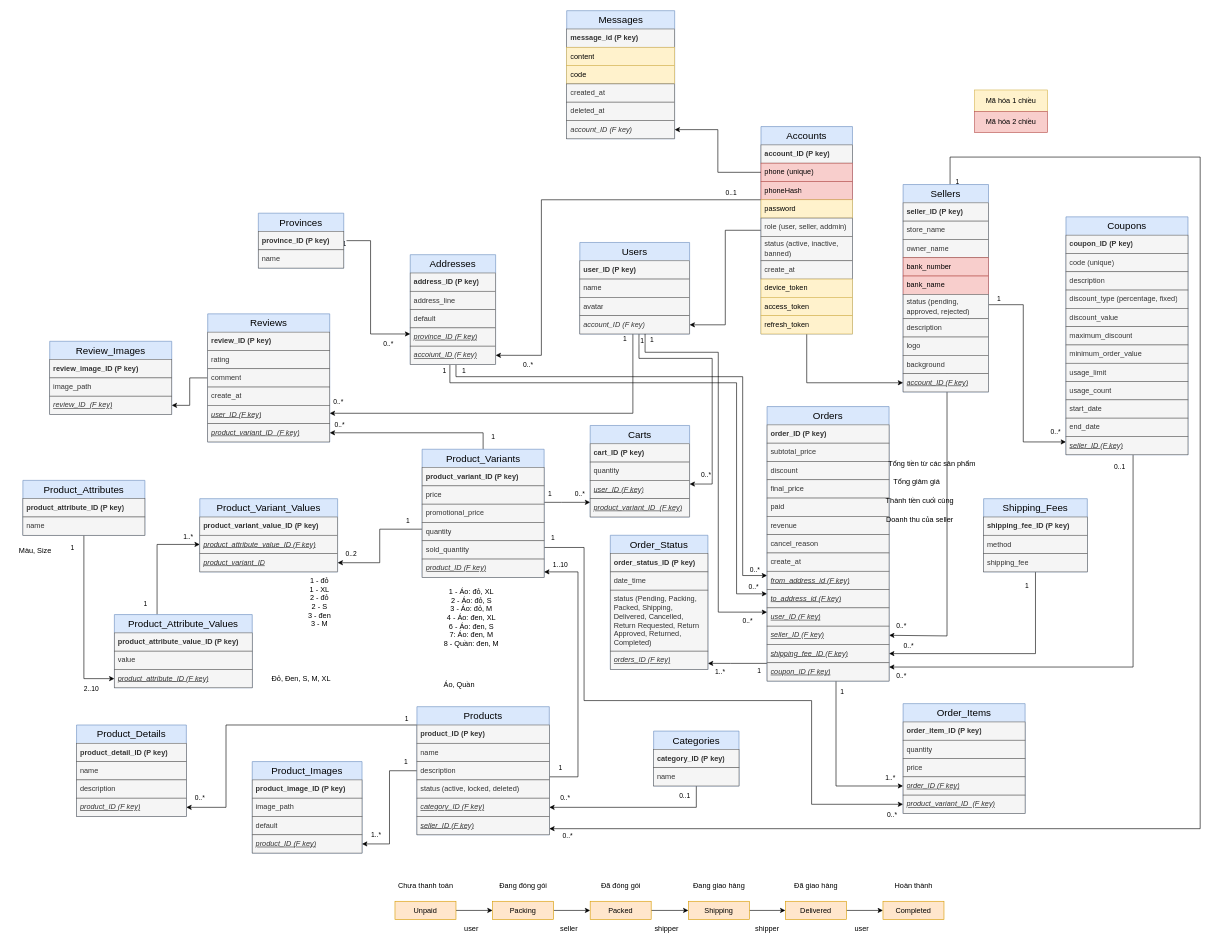
Before: $document/database.drawio in thanhba0505/shoplands, a draw.io diagram. Source tidied: cells renumbered, new cells numbered last; positions are measured from the earlier drawing's top-left corner, leaving out a move shared by most shapes. Both pictures are drawn from the tidied source at 61%, with x=0, y=0 at pixel (10, 10).
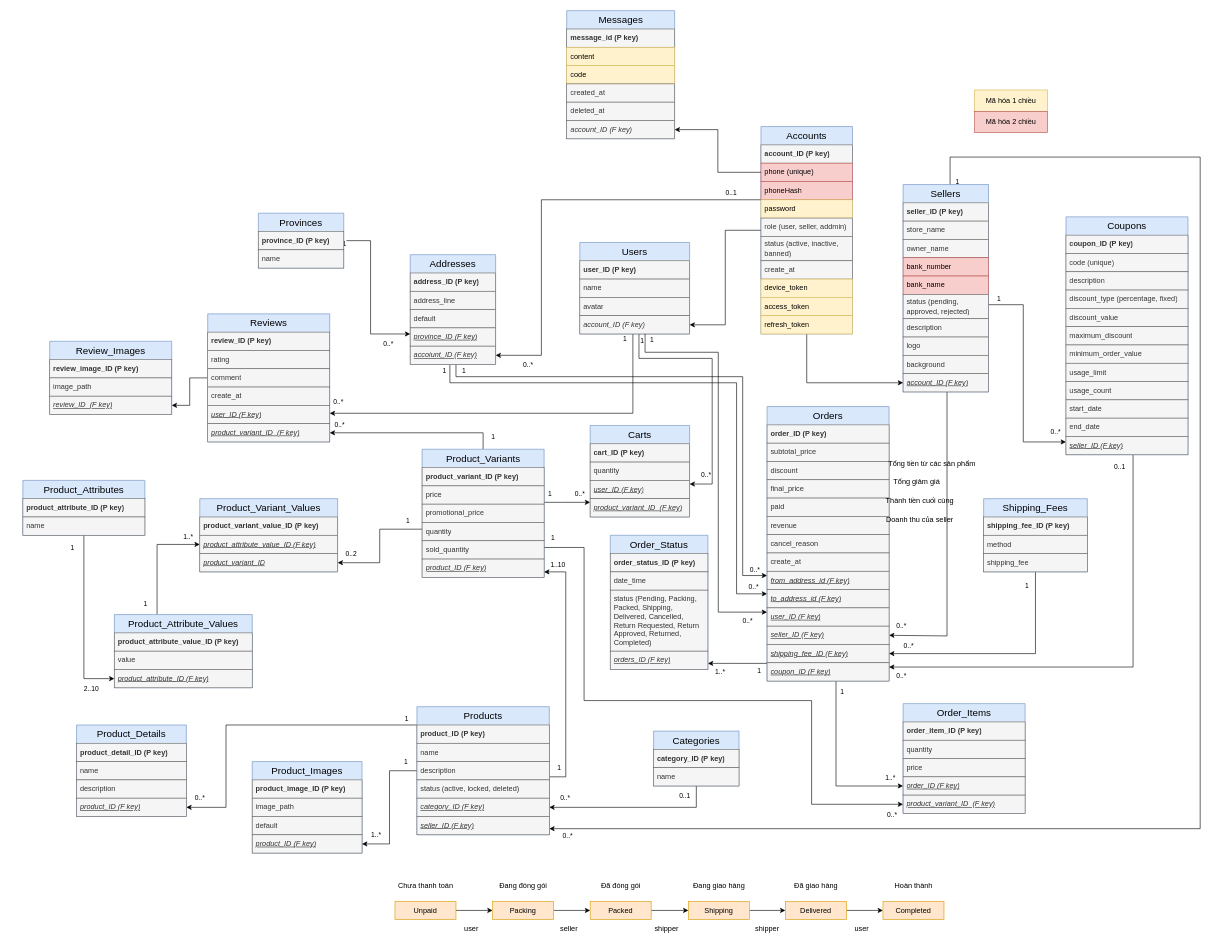
Above is the later version.

Unchanged cells that the change refers to:
```xml
<mxCell id="78" value="&lt;span style=&quot;&quot;&gt;product_ID&amp;nbsp;&lt;/span&gt;(F key)" style="text;strokeColor=#666666;fillColor=#f5f5f5;align=left;verticalAlign=middle;spacingLeft=4;spacingRight=4;overflow=hidden;points=[[0,0.5],[1,0.5]];portConstraint=eastwest;whiteSpace=wrap;html=1;fontColor=#333333;fontStyle=6;swimlaneLine=0;" parent="72" vertex="1">
  <mxGeometry y="180" width="200" height="30" as="geometry" />
</mxCell>
<mxCell id="165" value="Products" style="swimlane;fontStyle=0;horizontal=1;startSize=30;whiteSpace=wrap;html=1;fillColor=#dae8fc;strokeColor=#6c8ebf;fontSize=16;swimlaneLine=0;" parent="1" vertex="1">
  <mxGeometry x="666" y="1141" width="217" height="210" as="geometry" />
</mxCell>
```

Diff of the diagram source:
```diff
@@
     <mxCell id="156" style="edgeStyle=orthogonalEdgeStyle;rounded=0;jettySize=auto;html=1;fontFamily=Helvetica;fontSize=12;fontColor=default;fontStyle=0;swimlaneLine=0;" parent="1" edge="1" source="165" target="78">
       <mxGeometry relative="1" as="geometry">
         <Array as="points">
-          <mxPoint x="930" y="1256" />
-          <mxPoint x="930" y="920" />
+          <mxPoint x="910" y="1256" />
+          <mxPoint x="910" y="920" />
         </Array>
       </mxGeometry>
     </mxCell>
@@
-    <mxCell id="204" value="Màu, Size" style="text;html=1;align=center;verticalAlign=middle;strokeColor=none;fillColor=none;" parent="1" vertex="1">
-      <mxGeometry y="871" width="80" height="30" as="geometry" />
-    </mxCell>
-    <mxCell id="205" value="Đỏ, Đen, S, M, XL" style="text;html=1;align=center;verticalAlign=middle;strokeColor=none;fillColor=none;" parent="1" vertex="1">
-      <mxGeometry x="416" y="1080" width="120" height="30" as="geometry" />
-    </mxCell>
-    <mxCell id="206" value="Áo, Quần" style="text;html=1;align=center;verticalAlign=middle;strokeColor=none;fillColor=none;" parent="1" vertex="1">
-      <mxGeometry x="700" y="1091" width="70" height="30" as="geometry" />
-    </mxCell>
-    <mxCell id="207" value="1 - Áo: đỏ, XL&lt;div&gt;2 - Áo: đỏ, S&lt;/div&gt;&lt;div&gt;3 - Áo: đỏ, M&lt;/div&gt;&lt;div&gt;4 - Áo: đen, XL&lt;/div&gt;&lt;div&gt;6 - Áo: đen, S&lt;/div&gt;&lt;div&gt;7: Áo: đen, M&lt;/div&gt;&lt;div&gt;8 - Quần: đen, M&lt;/div&gt;" style="text;html=1;align=center;verticalAlign=middle;strokeColor=none;fillColor=none;" parent="1" vertex="1">
-      <mxGeometry x="700" y="940" width="110" height="110" as="geometry" />
-    </mxCell>
-    <mxCell id="208" value="1 - đỏ&lt;div&gt;1 - XL&lt;/div&gt;&lt;div&gt;2 - đỏ&lt;/div&gt;&lt;div&gt;2 - S&lt;/div&gt;&lt;div&gt;3 - đen&lt;/div&gt;&lt;div&gt;3 - M&lt;/div&gt;" style="text;html=1;align=center;verticalAlign=middle;strokeColor=none;fillColor=none;" parent="1" vertex="1">
-      <mxGeometry x="476" y="920" width="60" height="100" as="geometry" />
-    </mxCell>
```
